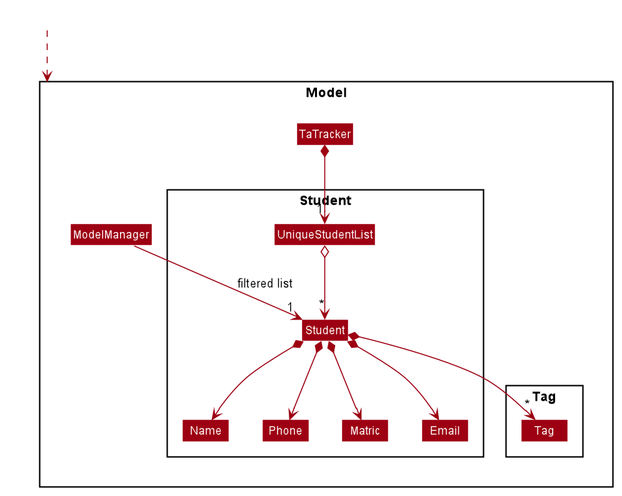
The PlantUML diagram docs/images/StudentClassDiagram.png in nus-cs2103-AY1920S2/addressbook-level3, before a commit.
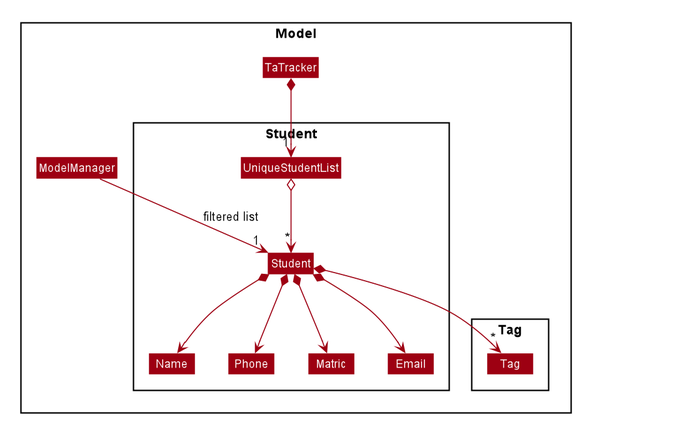
Later version of the same file.

Commit message:
Edit class diagrams

What changed in the source:
```diff
@@ -70,7 +70,6 @@
 }
 
 Class HiddenOutside #FFFFFF
-HiddenOutside ..> Model
 
 TaTracker *--> "1" UniqueStudentList
 UniqueStudentList o--> "*" Student
```
